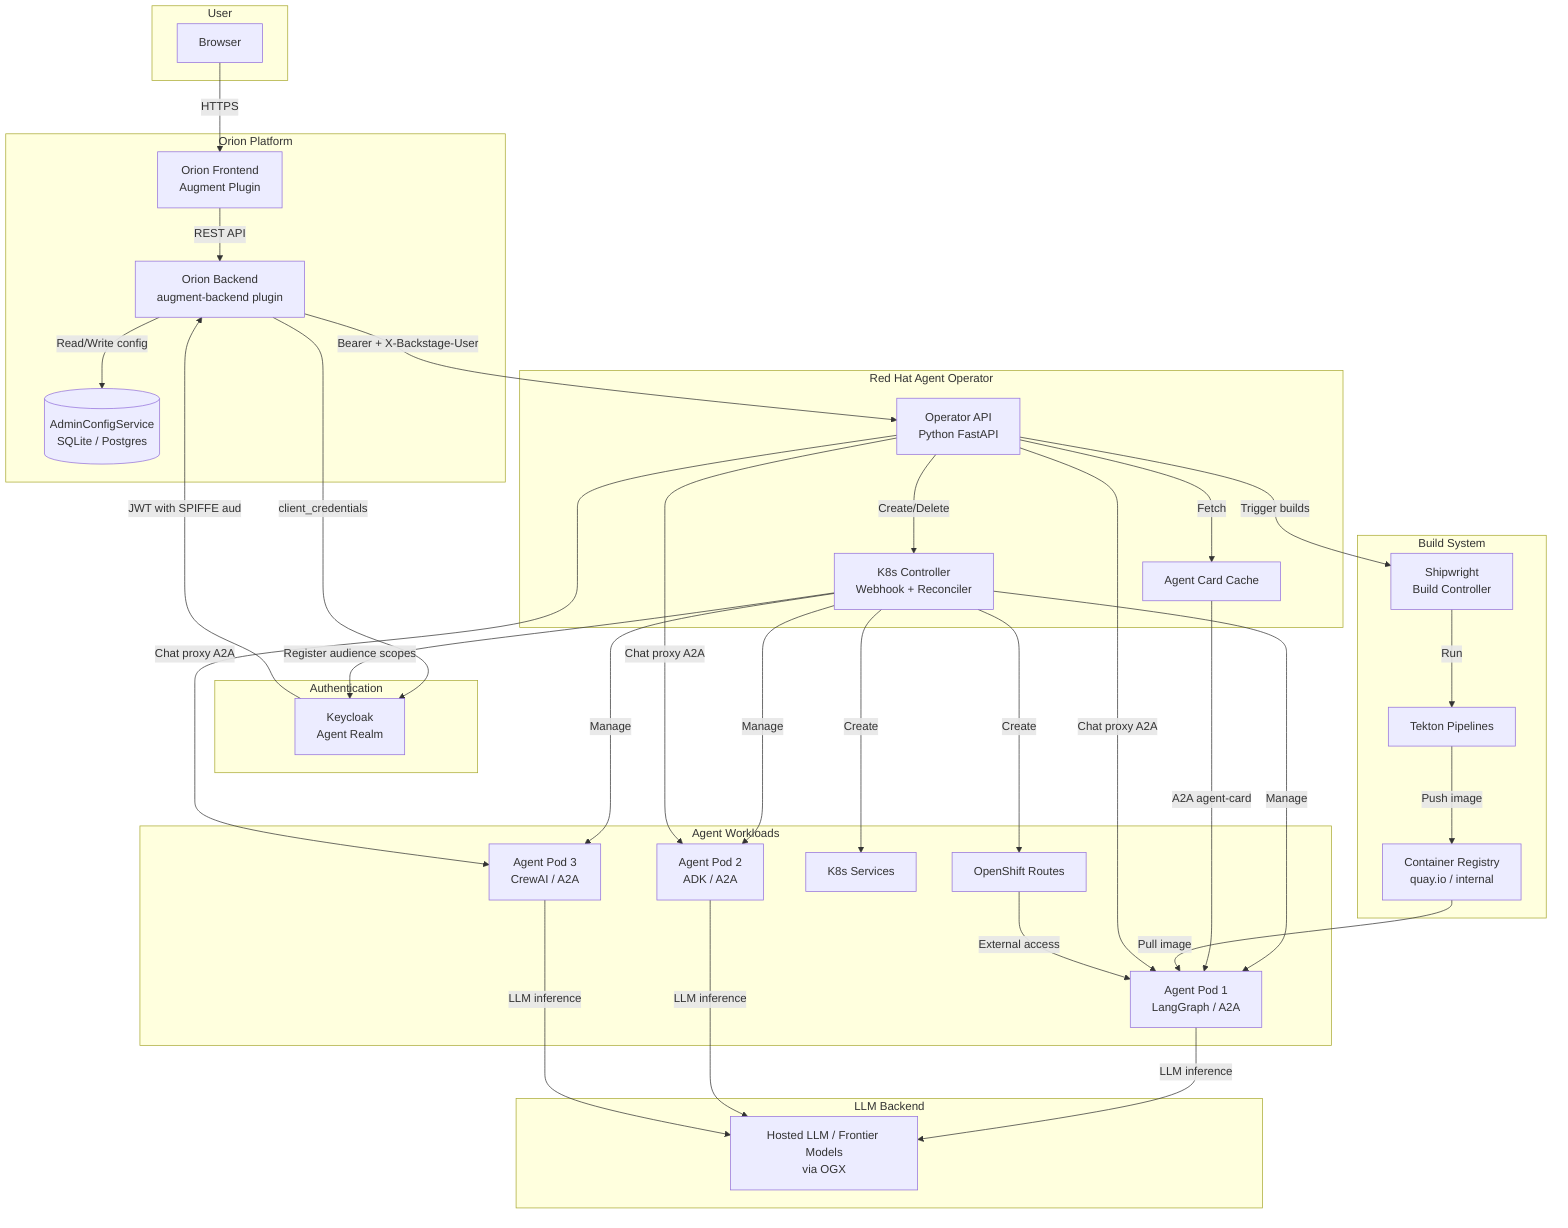
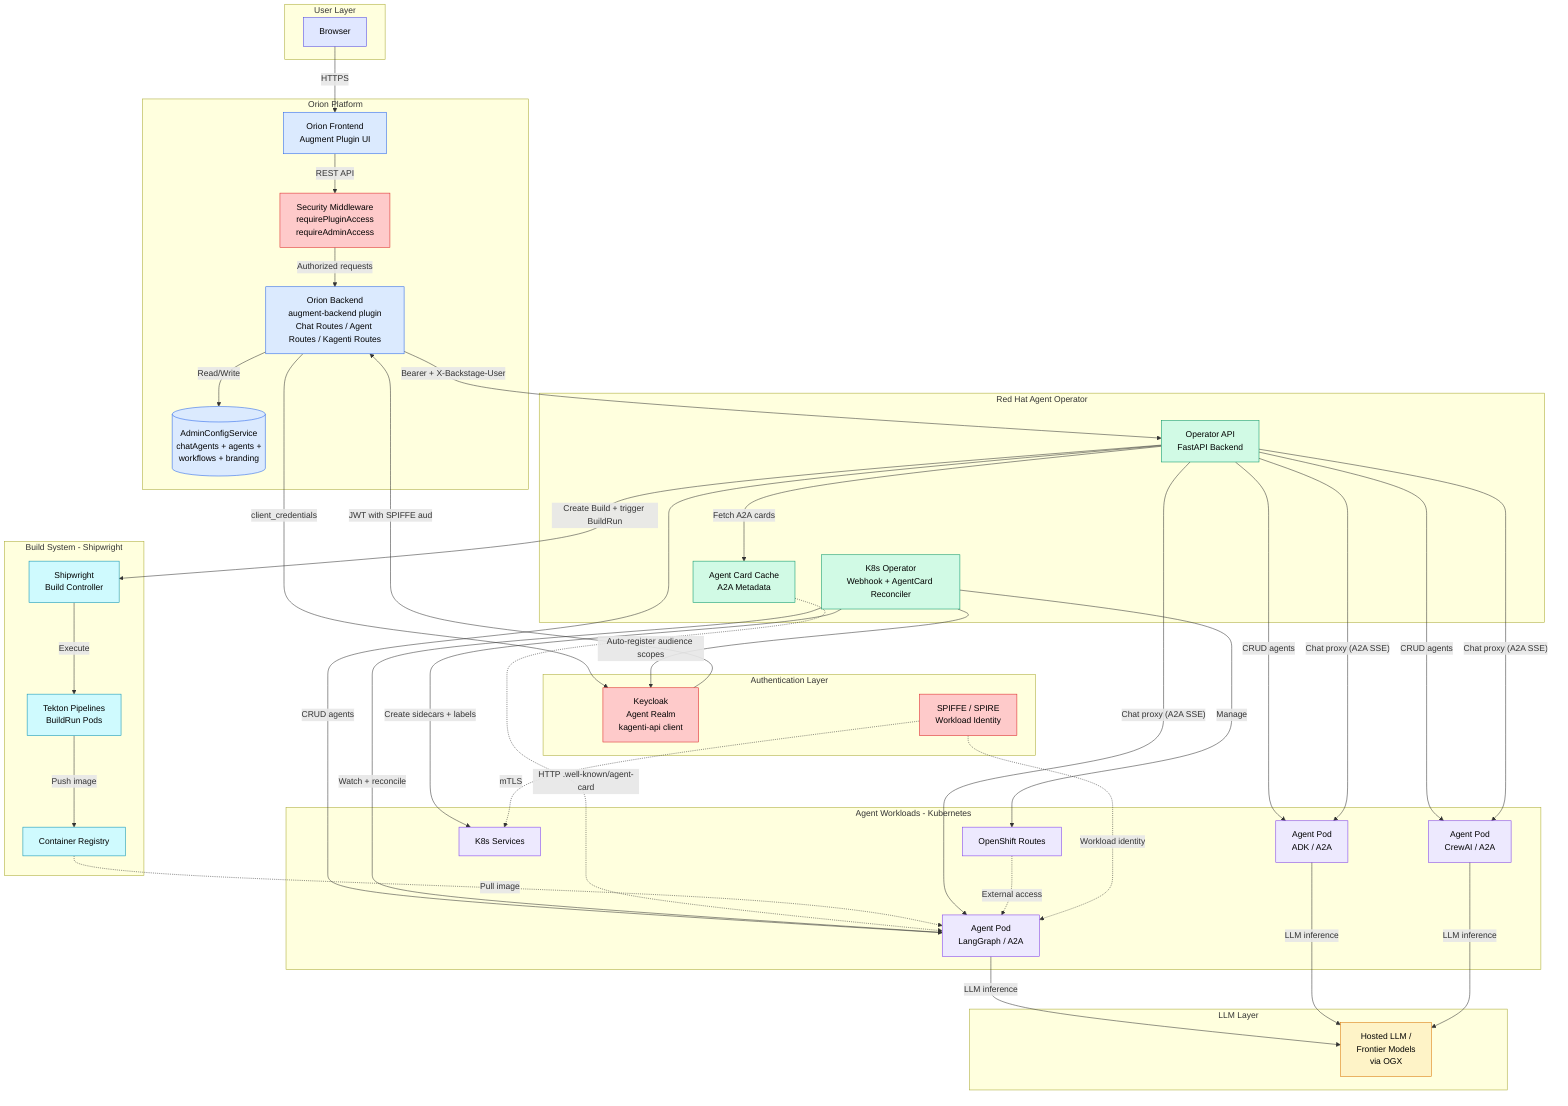
flowchart TB
-     subgraph user [User]
-         Browser[Browser]
+     classDef userCls fill:#e0e7ff,stroke:#4f46e5,color:#000
+     classDef orionCls fill:#dbeafe,stroke:#2563eb,color:#000
+     classDef secCls fill:#fecaca,stroke:#dc2626,color:#000
+     classDef rhaoCls fill:#d1fae5,stroke:#059669,color:#000
+     classDef k8sCls fill:#ede9fe,stroke:#7c3aed,color:#000
+     classDef llmCls fill:#fef3c7,stroke:#d97706,color:#000
+     classDef buildCls fill:#cffafe,stroke:#0891b2,color:#000
+ 
+     subgraph user [User Layer]
+         Browser[Browser]:::userCls
    end

    subgraph orion [Orion Platform]
-         Frontend[Orion Frontend<br/>Augment Plugin]
-         Backend[Orion Backend<br/>augment-backend plugin]
-         DB[(AdminConfigService<br/>SQLite / Postgres)]
+         Frontend[Orion Frontend<br/>Augment Plugin UI]:::orionCls
+         SecMW[Security Middleware<br/>requirePluginAccess<br/>requireAdminAccess]:::secCls
+         Backend[Orion Backend<br/>augment-backend plugin<br/>Chat Routes / Agent Routes / Kagenti Routes]:::orionCls
+         DB[(AdminConfigService<br/>chatAgents + agents +<br/>workflows + branding)]:::orionCls
    end

-     subgraph auth [Authentication]
-         KC[Keycloak<br/>Agent Realm]
+     subgraph auth [Authentication Layer]
+         KC[Keycloak<br/>Agent Realm<br/>kagenti-api client]:::secCls
+         SPIFFE[SPIFFE / SPIRE<br/>Workload Identity]:::secCls
    end

    subgraph rhao [Red Hat Agent Operator]
-         API[Operator API<br/>Python FastAPI]
-         Controller[K8s Controller<br/>Webhook + Reconciler]
-         CardCache[Agent Card Cache]
+         API[Operator API<br/>FastAPI Backend]:::rhaoCls
+         Controller[K8s Operator<br/>Webhook + AgentCard Reconciler]:::rhaoCls
+         CardCache[Agent Card Cache<br/>A2A Metadata]:::rhaoCls
    end

-     subgraph builds [Build System]
-         SW[Shipwright<br/>Build Controller]
-         Tekton[Tekton Pipelines]
-         Registry[Container Registry<br/>quay.io / internal]
+     subgraph builds [Build System - Shipwright]
+         SW[Shipwright<br/>Build Controller]:::buildCls
+         Tekton[Tekton Pipelines<br/>BuildRun Pods]:::buildCls
+         Registry[Container Registry]:::buildCls
    end

-     subgraph workloads [Agent Workloads]
-         Agent1[Agent Pod 1<br/>LangGraph / A2A]
-         Agent2[Agent Pod 2<br/>ADK / A2A]
-         Agent3[Agent Pod 3<br/>CrewAI / A2A]
-         Svc[K8s Services]
-         Route[OpenShift Routes]
+     subgraph workloads [Agent Workloads - Kubernetes]
+         Agent1[Agent Pod<br/>LangGraph / A2A]:::k8sCls
+         Agent2[Agent Pod<br/>ADK / A2A]:::k8sCls
+         Agent3[Agent Pod<br/>CrewAI / A2A]:::k8sCls
+         Svc[K8s Services]:::k8sCls
+         Route[OpenShift Routes]:::k8sCls
    end

-     subgraph llm [LLM Backend]
-         LLMStack[Hosted LLM / Frontier Models<br/>via OGX]
+     subgraph llm [LLM Layer]
+         LLMStack[Hosted LLM /<br/>Frontier Models<br/>via OGX]:::llmCls
    end

    Browser -->|HTTPS| Frontend
-     Frontend -->|REST API| Backend
+     Frontend -->|REST API| SecMW
+     SecMW -->|Authorized requests| Backend
    Backend -->|client_credentials| KC
    KC -->|JWT with SPIFFE aud| Backend
-     Backend -->|Bearer + X-Backstage-User| API
-     Backend -->|Read/Write config| DB
+     Backend -->|"Bearer + X-Backstage-User"| API
+     Backend -->|Read/Write| DB

-     API -->|Create/Delete| Controller
-     Controller -->|Manage| Agent1
-     Controller -->|Manage| Agent2
-     Controller -->|Manage| Agent3
-     Controller -->|Create| Svc
-     Controller -->|Create| Route
-     Controller -->|Register audience scopes| KC
-     API -->|Fetch| CardCache
-     CardCache -->|A2A agent-card| Agent1
+     API -->|CRUD agents| Agent1
+     API -->|CRUD agents| Agent2
+     API -->|CRUD agents| Agent3
+     Controller -->|Watch + reconcile| Agent1
+     Controller -->|Create sidecars + labels| Svc
+     Controller -->|Manage| Route
+     Controller -->|Auto-register audience scopes| KC
+     API -->|Fetch A2A cards| CardCache
+     CardCache -.->|HTTP .well-known/agent-card| Agent1

-     API -->|Trigger builds| SW
-     SW -->|Run| Tekton
+     API -->|Create Build + trigger BuildRun| SW
+     SW -->|Execute| Tekton
    Tekton -->|Push image| Registry
-     Registry -->|Pull image| Agent1
+     Registry -.->|Pull image| Agent1

    Agent1 -->|LLM inference| LLMStack
    Agent2 -->|LLM inference| LLMStack
    Agent3 -->|LLM inference| LLMStack

-     API -->|Chat proxy A2A| Agent1
-     API -->|Chat proxy A2A| Agent2
-     API -->|Chat proxy A2A| Agent3
+     API -->|"Chat proxy (A2A SSE)"| Agent1
+     API -->|"Chat proxy (A2A SSE)"| Agent2
+     API -->|"Chat proxy (A2A SSE)"| Agent3

-     Route -->|External access| Agent1
+     Route -.->|External access| Agent1
+ 
+     SPIFFE -.->|Workload identity| Agent1
+     SPIFFE -.->|mTLS| Svc
